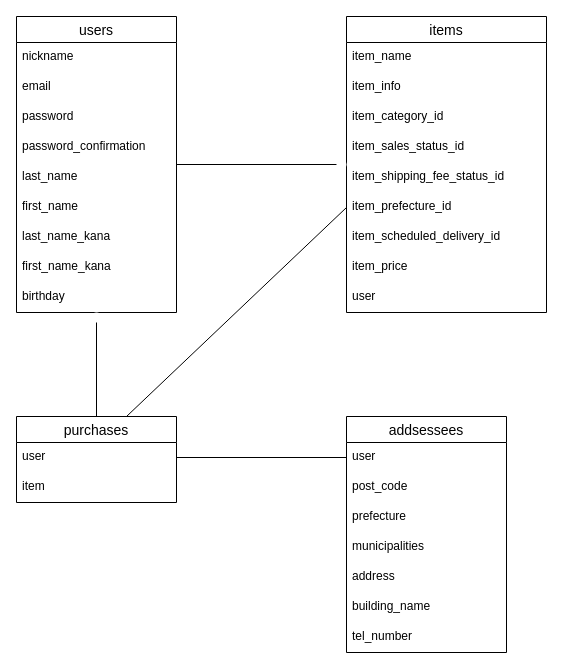
Before: er.dio in noharahitomi/furima-33813, a draw.io diagram. Source tidied: cells renumbered, new cells numbered last; positions are measured from the earlier drawing's top-left corner, leaving out a move shared by most shapes. Both pictures are drawn from the tidied source at 100%, with x=0, y=0 at pixel (16, 16).
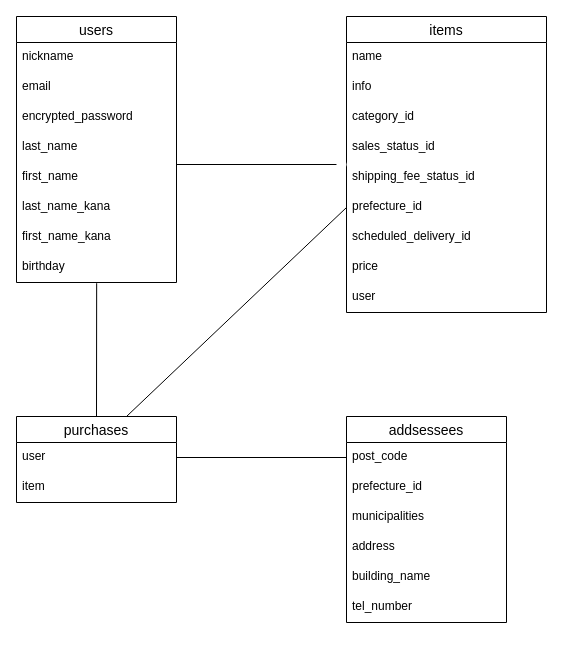
Above is the later version.

Unchanged cells that the change refers to:
```xml
<mxCell id="12" value="items" style="swimlane;fontStyle=0;horizontal=1;startSize=26;align=center;fontSize=14;" parent="1" vertex="1">
  <mxGeometry x="330" width="200" height="296" as="geometry" />
</mxCell>
<mxCell id="22" value="purchases" style="swimlane;fontStyle=0;horizontal=1;startSize=26;align=center;fontSize=14;" parent="1" vertex="1">
  <mxGeometry y="400" width="160" height="86" as="geometry" />
</mxCell>
<mxCell id="23" value="user" style="text;strokeColor=none;fillColor=none;spacingLeft=4;spacingRight=4;overflow=hidden;points=[[0,0.5],[1,0.5]];portConstraint=eastwest;fontSize=12;" parent="22" vertex="1">
  <mxGeometry y="26" width="160" height="30" as="geometry" />
</mxCell>
```

The edit, as a diff of the source:
```diff
@@
     <mxCell id="2" value="users" style="swimlane;fontStyle=0;horizontal=1;startSize=26;align=center;fontSize=14;" parent="1" vertex="1">
-      <mxGeometry width="160" height="296" as="geometry" />
+      <mxGeometry width="160" height="266" as="geometry" />
     </mxCell>
@@
-    <mxCell id="5" value="password" style="text;strokeColor=none;fillColor=none;spacingLeft=4;spacingRight=4;overflow=hidden;fontSize=12;" parent="2" vertex="1">
+    <mxCell id="5" value="encrypted_password" style="text;strokeColor=none;fillColor=none;spacingLeft=4;spacingRight=4;overflow=hidden;fontSize=12;" parent="2" vertex="1">
       <mxGeometry y="86" width="160" height="30" as="geometry" />
     </mxCell>
-    <mxCell id="6" value="password_confirmation" style="text;strokeColor=none;fillColor=none;spacingLeft=4;spacingRight=4;overflow=hidden;fontSize=12;" parent="2" vertex="1">
-      <mxGeometry y="116" width="160" height="30" as="geometry" />
-    </mxCell>
     <mxCell id="7" value="last_name" style="text;strokeColor=none;fillColor=none;spacingLeft=4;spacingRight=4;overflow=hidden;fontSize=12;" parent="2" vertex="1">
-      <mxGeometry y="146" width="160" height="30" as="geometry" />
+      <mxGeometry y="116" width="160" height="30" as="geometry" />
     </mxCell>
     <mxCell id="8" value="first_name" style="text;strokeColor=none;fillColor=none;spacingLeft=4;spacingRight=4;overflow=hidden;fontSize=12;" parent="2" vertex="1">
-      <mxGeometry y="176" width="160" height="30" as="geometry" />
+      <mxGeometry y="146" width="160" height="30" as="geometry" />
     </mxCell>
     <mxCell id="9" value="last_name_kana" style="text;strokeColor=none;fillColor=none;spacingLeft=4;spacingRight=4;overflow=hidden;fontSize=12;" parent="2" vertex="1">
-      <mxGeometry y="206" width="160" height="30" as="geometry" />
+      <mxGeometry y="176" width="160" height="30" as="geometry" />
     </mxCell>
     <mxCell id="10" value="first_name_kana" style="text;strokeColor=none;fillColor=none;spacingLeft=4;spacingRight=4;overflow=hidden;fontSize=12;" parent="2" vertex="1">
-      <mxGeometry y="236" width="160" height="30" as="geometry" />
+      <mxGeometry y="206" width="160" height="30" as="geometry" />
     </mxCell>
     <mxCell id="11" value="birthday" style="text;strokeColor=none;fillColor=none;spacingLeft=4;spacingRight=4;overflow=hidden;points=[[0,0.5],[1,0.5]];portConstraint=eastwest;fontSize=12;" parent="2" vertex="1">
-      <mxGeometry y="266" width="160" height="30" as="geometry" />
+      <mxGeometry y="236" width="160" height="30" as="geometry" />
     </mxCell>
@@
-    <mxCell id="13" value="item_name" style="text;strokeColor=none;fillColor=none;spacingLeft=4;spacingRight=4;overflow=hidden;fontSize=12;" parent="12" vertex="1">
+    <mxCell id="13" value="name" style="text;strokeColor=none;fillColor=none;spacingLeft=4;spacingRight=4;overflow=hidden;fontSize=12;" parent="12" vertex="1">
       <mxGeometry y="26" width="200" height="30" as="geometry" />
     </mxCell>
-    <mxCell id="14" value="item_info" style="text;strokeColor=none;fillColor=none;spacingLeft=4;spacingRight=4;overflow=hidden;fontSize=12;" parent="12" vertex="1">
+    <mxCell id="14" value="info" style="text;strokeColor=none;fillColor=none;spacingLeft=4;spacingRight=4;overflow=hidden;fontSize=12;" parent="12" vertex="1">
       <mxGeometry y="56" width="200" height="30" as="geometry" />
     </mxCell>
-    <mxCell id="15" value="item_category_id" style="text;strokeColor=none;fillColor=none;spacingLeft=4;spacingRight=4;overflow=hidden;fontSize=12;" parent="12" vertex="1">
+    <mxCell id="15" value="category_id" style="text;strokeColor=none;fillColor=none;spacingLeft=4;spacingRight=4;overflow=hidden;fontSize=12;" parent="12" vertex="1">
       <mxGeometry y="86" width="200" height="30" as="geometry" />
     </mxCell>
-    <mxCell id="16" value="item_sales_status_id" style="text;strokeColor=none;fillColor=none;spacingLeft=4;spacingRight=4;overflow=hidden;fontSize=12;" parent="12" vertex="1">
+    <mxCell id="16" value="sales_status_id" style="text;strokeColor=none;fillColor=none;spacingLeft=4;spacingRight=4;overflow=hidden;fontSize=12;" parent="12" vertex="1">
       <mxGeometry y="116" width="200" height="30" as="geometry" />
     </mxCell>
-    <mxCell id="17" value="item_shipping_fee_status_id" style="text;strokeColor=none;fillColor=none;spacingLeft=4;spacingRight=4;overflow=hidden;fontSize=12;" parent="12" vertex="1">
+    <mxCell id="17" value="shipping_fee_status_id" style="text;strokeColor=none;fillColor=none;spacingLeft=4;spacingRight=4;overflow=hidden;fontSize=12;" parent="12" vertex="1">
       <mxGeometry y="146" width="200" height="30" as="geometry" />
     </mxCell>
-    <mxCell id="18" value="item_prefecture_id" style="text;strokeColor=none;fillColor=none;spacingLeft=4;spacingRight=4;overflow=hidden;points=[[0,0.5],[1,0.5]];portConstraint=eastwest;fontSize=12;" parent="12" vertex="1">
+    <mxCell id="18" value="prefecture_id" style="text;strokeColor=none;fillColor=none;spacingLeft=4;spacingRight=4;overflow=hidden;points=[[0,0.5],[1,0.5]];portConstraint=eastwest;fontSize=12;" parent="12" vertex="1">
       <mxGeometry y="176" width="200" height="30" as="geometry" />
     </mxCell>
-    <mxCell id="19" value="item_scheduled_delivery_id" style="text;strokeColor=none;fillColor=none;spacingLeft=4;spacingRight=4;overflow=hidden;fontSize=12;" parent="12" vertex="1">
+    <mxCell id="19" value="scheduled_delivery_id" style="text;strokeColor=none;fillColor=none;spacingLeft=4;spacingRight=4;overflow=hidden;fontSize=12;" parent="12" vertex="1">
       <mxGeometry y="206" width="200" height="30" as="geometry" />
     </mxCell>
-    <mxCell id="20" value="item_price " style="text;strokeColor=none;fillColor=none;spacingLeft=4;spacingRight=4;overflow=hidden;fontSize=12;" parent="12" vertex="1">
+    <mxCell id="20" value="price " style="text;strokeColor=none;fillColor=none;spacingLeft=4;spacingRight=4;overflow=hidden;fontSize=12;" parent="12" vertex="1">
       <mxGeometry y="236" width="200" height="30" as="geometry" />
     </mxCell>
@@
     <mxCell id="25" value="addsessees" style="swimlane;fontStyle=0;horizontal=1;startSize=26;align=center;fontSize=14;" parent="1" vertex="1">
-      <mxGeometry x="330" y="400" width="160" height="236" as="geometry" />
+      <mxGeometry x="330" y="400" width="160" height="206" as="geometry" />
     </mxCell>
-    <mxCell id="26" value="user" style="text;strokeColor=none;fillColor=none;spacingLeft=4;spacingRight=4;overflow=hidden;points=[[0,0.5],[1,0.5]];portConstraint=eastwest;fontSize=12;" parent="25" vertex="1">
-      <mxGeometry y="26" width="160" height="30" as="geometry" />
-    </mxCell>
     <mxCell id="27" value="post_code" style="text;strokeColor=none;fillColor=none;spacingLeft=4;spacingRight=4;overflow=hidden;fontSize=12;" parent="25" vertex="1">
-      <mxGeometry y="56" width="160" height="30" as="geometry" />
+      <mxGeometry y="26" width="160" height="30" as="geometry" />
     </mxCell>
-    <mxCell id="28" value="prefecture" style="text;strokeColor=none;fillColor=none;spacingLeft=4;spacingRight=4;overflow=hidden;fontSize=12;" parent="25" vertex="1">
-      <mxGeometry y="86" width="160" height="30" as="geometry" />
+    <mxCell id="28" value="prefecture_id" style="text;strokeColor=none;fillColor=none;spacingLeft=4;spacingRight=4;overflow=hidden;fontSize=12;" parent="25" vertex="1">
+      <mxGeometry y="56" width="160" height="30" as="geometry" />
     </mxCell>
     <mxCell id="29" value="municipalities" style="text;strokeColor=none;fillColor=none;spacingLeft=4;spacingRight=4;overflow=hidden;fontSize=12;" parent="25" vertex="1">
-      <mxGeometry y="116" width="160" height="30" as="geometry" />
+      <mxGeometry y="86" width="160" height="30" as="geometry" />
     </mxCell>
     <mxCell id="30" value="address " style="text;strokeColor=none;fillColor=none;spacingLeft=4;spacingRight=4;overflow=hidden;fontSize=12;" parent="25" vertex="1">
-      <mxGeometry y="146" width="160" height="30" as="geometry" />
+      <mxGeometry y="116" width="160" height="30" as="geometry" />
     </mxCell>
     <mxCell id="31" value="building_name" style="text;strokeColor=none;fillColor=none;spacingLeft=4;spacingRight=4;overflow=hidden;fontSize=12;" parent="25" vertex="1">
-      <mxGeometry y="176" width="160" height="30" as="geometry" />
+      <mxGeometry y="146" width="160" height="30" as="geometry" />
     </mxCell>
     <mxCell id="32" value="tel_number" style="text;strokeColor=none;fillColor=none;spacingLeft=4;spacingRight=4;overflow=hidden;fontSize=12;" parent="25" vertex="1">
-      <mxGeometry y="206" width="160" height="30" as="geometry" />
+      <mxGeometry y="176" width="160" height="30" as="geometry" />
     </mxCell>
@@
-    <mxCell id="35" style="endArrow=none;html=1;exitX=0.5;exitY=0;exitDx=0;exitDy=0;" parent="1" edge="1" source="36" target="11">
-      <mxGeometry relative="1" as="geometry" />
+    <mxCell id="35" style="endArrow=none;html=1;exitX=0.5;exitY=0;exitDx=0;exitDy=0;" parent="1" edge="1" target="11">
+      <mxGeometry relative="1" as="geometry">
+        <mxPoint x="80" y="266" as="sourcePoint" />
+      </mxGeometry>
     </mxCell>
-    <mxCell id="36" style="ellipse;shape=doubleEllipse;whiteSpace=wrap;html=1;fillColor=#FFFFFF;strokeColor=none;" parent="1" vertex="1">
-      <mxGeometry x="75" y="296" width="10" height="10" as="geometry" />
-    </mxCell>
-    <mxCell id="37" style="endArrow=none;html=1;exitX=0.5;exitY=0;exitDx=0;exitDy=0;" parent="1" edge="1" source="22" target="36">
+    <mxCell id="37" style="endArrow=none;html=1;exitX=0.5;exitY=0;exitDx=0;exitDy=0;entryX=0.501;entryY=1.024;entryDx=0;entryDy=0;entryPerimeter=0;" parent="1" edge="1" source="22" target="11">
       <mxGeometry relative="1" as="geometry" />
     </mxCell>
@@
-    <mxCell id="39" style="endArrow=none;html=1;exitX=1;exitY=0.5;exitDx=0;exitDy=0;entryX=0;entryY=0.5;entryDx=0;entryDy=0;" parent="1" edge="1" source="23" target="26">
-      <mxGeometry relative="1" as="geometry" />
+    <mxCell id="39" style="endArrow=none;html=1;exitX=1;exitY=0.5;exitDx=0;exitDy=0;entryX=0;entryY=0.5;entryDx=0;entryDy=0;" parent="1" edge="1" source="23">
+      <mxGeometry relative="1" as="geometry">
+        <mxPoint x="330" y="441" as="targetPoint" />
+      </mxGeometry>
     </mxCell>
```
